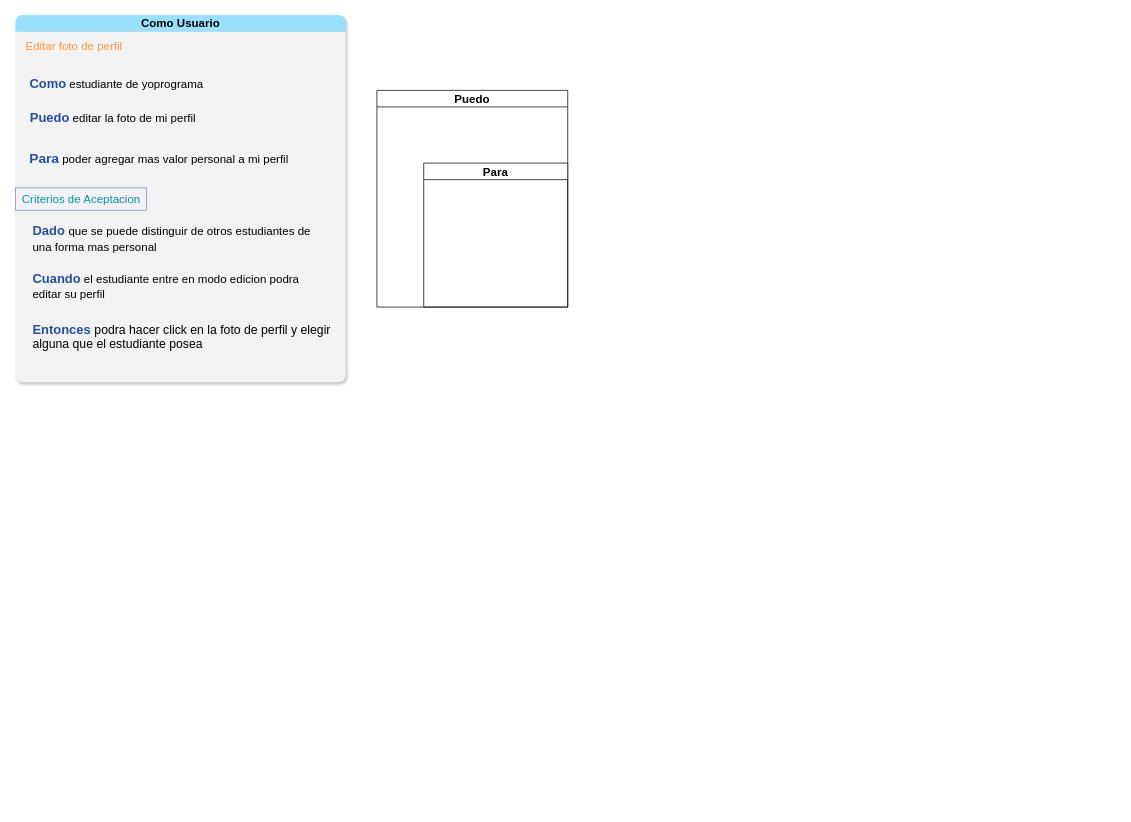
This is Historia de usuario.drawio from GonzaloAdami/YoProgramo2022, a draw.io file, before an edit. Source tidied: cells renumbered, new cells numbered last; positions are measured from the earlier drawing's top-left corner, leaving out a move shared by most shapes. Both pictures are drawn from the tidied source at 72%, with x=0, y=0 at pixel (15, 15).
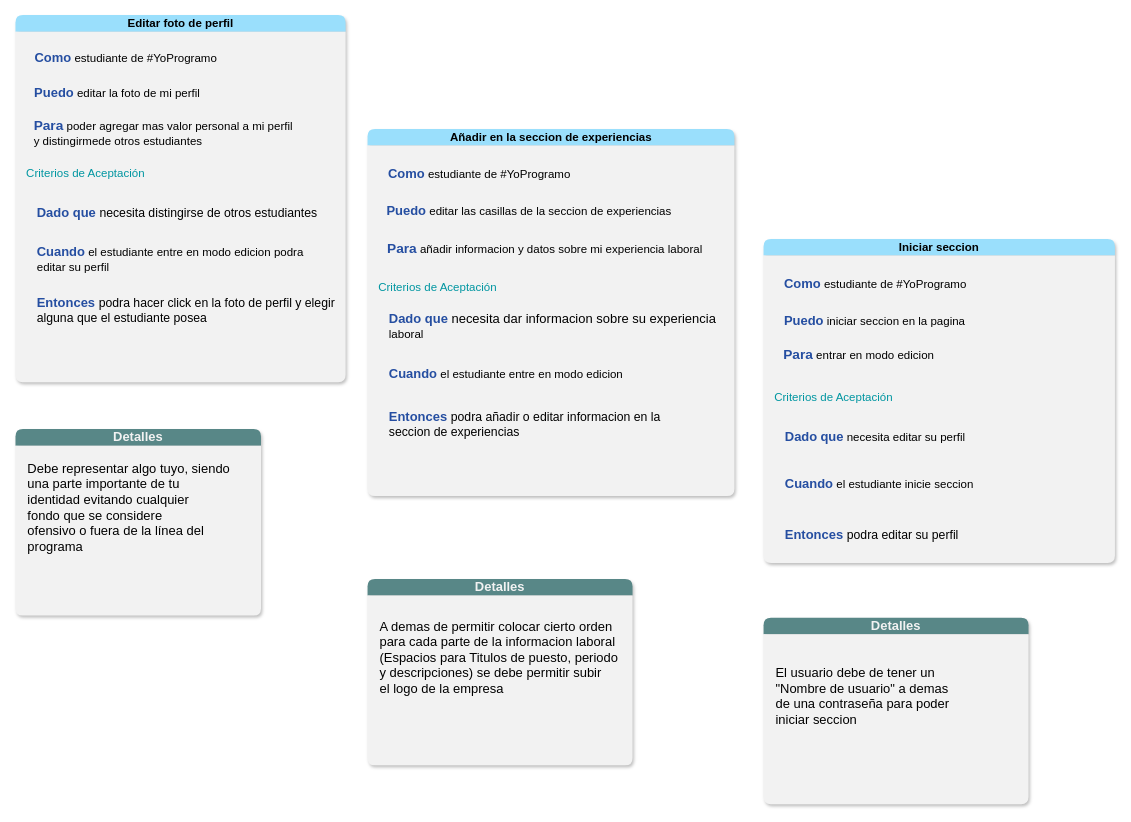
The same page after the edit.

What changed in the source:
```diff
@@
-    <mxCell id="2" value="Como Usuario" style="swimlane;whiteSpace=wrap;html=1;fontSize=16;fillColor=#9ADFFC;strokeColor=none;gradientColor=none;swimlaneFillColor=#F2F2F2;rounded=1;shadow=1;" parent="1" vertex="1">
+    <mxCell id="2" value="Editar foto de perfil" style="swimlane;whiteSpace=wrap;html=1;fontSize=16;fillColor=#9ADFFC;strokeColor=none;gradientColor=none;swimlaneFillColor=#F2F2F2;rounded=1;shadow=1;" parent="1" vertex="1">
       <mxGeometry y="-0.5" width="458.5" height="510" as="geometry" />
     </mxCell>
-    <mxCell id="3" value="&lt;font color=&quot;#254ea1&quot;&gt;&lt;b&gt;&lt;font style=&quot;font-size: 18px;&quot;&gt;Como&lt;/font&gt;&lt;/b&gt; &lt;/font&gt;estudiante de&amp;nbsp;yoprograma&lt;br&gt;" style="text;html=1;align=center;verticalAlign=middle;strokeColor=none;fillColor=none;fontSize=16;" parent="2" vertex="1">
-      <mxGeometry x="8" y="78" width="263" height="34" as="geometry" />
+    <mxCell id="3" value="&lt;font color=&quot;#254ea1&quot;&gt;&lt;b&gt;&lt;font style=&quot;font-size: 18px;&quot;&gt;Como&lt;/font&gt;&lt;/b&gt; &lt;/font&gt;estudiante de #YoProgramo&lt;br&gt;" style="text;html=1;align=center;verticalAlign=middle;strokeColor=none;fillColor=none;fontSize=16;" parent="2" vertex="1">
+      <mxGeometry x="15" y="42.5" width="275" height="34" as="geometry" />
     </mxCell>
     <mxCell id="4" value="&lt;b&gt;&lt;font color=&quot;#254ea1&quot; style=&quot;font-size: 18px;&quot;&gt;Puedo&lt;/font&gt;&lt;/b&gt; editar la foto de&amp;nbsp;mi perfil&lt;br&gt;" style="text;html=1;align=center;verticalAlign=middle;strokeColor=none;fillColor=none;fontSize=16;" parent="2" vertex="1">
-      <mxGeometry x="9" y="126" width="251" height="34" as="geometry" />
+      <mxGeometry x="15" y="91" width="251" height="34" as="geometry" />
     </mxCell>
-    <mxCell id="5" value="&lt;b&gt;&lt;font color=&quot;#254ea1&quot; style=&quot;font-size: 19px;&quot;&gt;Para&lt;/font&gt;&lt;/b&gt; poder agregar mas valor&amp;nbsp;personal a mi perfil&lt;br&gt;" style="text;html=1;align=center;verticalAlign=middle;strokeColor=none;fillColor=none;fontSize=16;" parent="2" vertex="1">
-      <mxGeometry x="9" y="182" width="380" height="35" as="geometry" />
+    <mxCell id="5" value="&lt;b&gt;&lt;font color=&quot;#254ea1&quot; style=&quot;font-size: 19px;&quot;&gt;Para&lt;/font&gt;&lt;/b&gt; poder agregar mas valor&amp;nbsp;personal a mi perfil &lt;br&gt;&lt;div style=&quot;text-align: left;&quot;&gt;&lt;font style=&quot;background-color: initial; vertical-align: inherit;&quot;&gt;y distingirme&lt;/font&gt;&lt;span style=&quot;background-color: initial;&quot;&gt;de otros estudiantes&lt;/span&gt;&lt;/div&gt;" style="text;html=1;align=center;verticalAlign=middle;strokeColor=none;fillColor=none;fontSize=16;" parent="2" vertex="1">
+      <mxGeometry x="15" y="136.5" width="380" height="54" as="geometry" />
     </mxCell>
-    <mxCell id="6" value="&lt;font color=&quot;#ff9645&quot; style=&quot;vertical-align: inherit;&quot;&gt;Editar foto de perfil&lt;/font&gt;" style="text;html=1;align=center;verticalAlign=middle;strokeColor=none;fillColor=none;fontSize=16;" parent="2" vertex="1">
-      <mxGeometry x="4" y="28" width="154" height="31" as="geometry" />
-    </mxCell>
-    <mxCell id="7" value="&lt;font color=&quot;#0096a1&quot; style=&quot;vertical-align: inherit;&quot;&gt;Criterios de Aceptacion&lt;/font&gt;" style="text;html=1;align=center;verticalAlign=middle;strokeColor=#6c8ebf;fillColor=none;fontSize=16;" parent="2" vertex="1">
-      <mxGeometry y="240" width="182" height="31" as="geometry" />
+    <mxCell id="7" value="&lt;font color=&quot;#0096a1&quot; style=&quot;vertical-align: inherit;&quot;&gt;Criterios de Aceptación&lt;/font&gt;" style="text;html=1;align=center;verticalAlign=middle;strokeColor=none;fillColor=none;fontSize=16;" parent="2" vertex="1">
+      <mxGeometry x="6" y="203.5" width="182" height="31" as="geometry" />
     </mxCell>
-    <mxCell id="8" value="&lt;font style=&quot;font-size: 18px;&quot; color=&quot;#254ea1&quot;&gt;&lt;b&gt;Dado &lt;/b&gt;&lt;/font&gt;que se puede distinguir&amp;nbsp;de otros estudiantes de &lt;br&gt;una forma mas personal" style="text;html=1;align=left;verticalAlign=middle;strokeColor=none;fillColor=none;fontSize=16;" parent="2" vertex="1">
-      <mxGeometry x="21.5" y="283" width="411" height="54" as="geometry" />
+    <mxCell id="8" value="&lt;font style=&quot;font-size: 18px;&quot; color=&quot;#254ea1&quot;&gt;&lt;b&gt;Dado&amp;nbsp;&lt;/b&gt;&lt;/font&gt;&lt;font color=&quot;#254ea1&quot; style=&quot;font-size: 18px;&quot;&gt;&lt;b&gt;que&amp;nbsp;&lt;/b&gt;&lt;/font&gt;&lt;span style=&quot;font-size: 17px;&quot;&gt;necesita distingirse de otros estudiantes&lt;/span&gt;" style="text;html=1;align=left;verticalAlign=middle;strokeColor=none;fillColor=none;fontSize=16;" parent="2" vertex="1">
+      <mxGeometry x="27.5" y="256.5" width="413" height="35" as="geometry" />
     </mxCell>
     <mxCell id="9" value="&lt;font style=&quot;font-size: 18px;&quot; color=&quot;#254ea1&quot;&gt;&lt;b style=&quot;&quot;&gt;Cuando&lt;/b&gt;&lt;/font&gt; el estudiante entre en modo edicion podra &lt;br&gt;editar su perfil" style="text;html=1;align=left;verticalAlign=middle;strokeColor=none;fillColor=none;fontSize=16;" parent="2" vertex="1">
-      <mxGeometry x="21.5" y="349" width="393" height="54" as="geometry" />
+      <mxGeometry x="27.5" y="312.5" width="393" height="54" as="geometry" />
     </mxCell>
     <mxCell id="10" value="&lt;font color=&quot;#254ea1&quot; style=&quot;font-size: 18px;&quot;&gt;&lt;b&gt;Entonces &lt;/b&gt;&lt;/font&gt;&lt;span style=&quot;font-size: 17px;&quot;&gt;podra hacer click en la foto de perfil y elegir &lt;/span&gt;&lt;br&gt;&lt;span style=&quot;font-size: 17px;&quot;&gt;alguna que el estudiante posea&amp;nbsp;&lt;/span&gt;" style="text;html=1;align=left;verticalAlign=middle;strokeColor=none;fillColor=none;fontSize=16;" parent="2" vertex="1">
-      <mxGeometry x="21.5" y="419" width="437" height="56" as="geometry" />
+      <mxGeometry x="27.5" y="382.5" width="437" height="56" as="geometry" />
     </mxCell>
-    <mxCell id="11" value="Puedo&lt;br&gt;" style="swimlane;whiteSpace=wrap;html=1;fontSize=16;" parent="1" vertex="1">
-      <mxGeometry x="502" y="104" width="265" height="301" as="geometry" />
-    </mxCell>
-    <mxCell id="12" value="Para&lt;br&gt;" style="swimlane;whiteSpace=wrap;html=1;fontSize=16;" parent="11" vertex="1">
-      <mxGeometry x="65" y="101" width="200" height="200" as="geometry" />
-    </mxCell>
+    <mxCell id="13" value="Añadir en la seccion de experiencias" style="swimlane;whiteSpace=wrap;html=1;fontSize=16;fillColor=#9ADFFC;strokeColor=none;gradientColor=none;swimlaneFillColor=#F2F2F2;rounded=1;shadow=1;" parent="1" vertex="1">
+      <mxGeometry x="489" y="157.5" width="509.5" height="510" as="geometry" />
+    </mxCell>
+    <mxCell id="14" value="&lt;font color=&quot;#254ea1&quot;&gt;&lt;b&gt;&lt;font style=&quot;font-size: 18px;&quot;&gt;Como&lt;/font&gt;&lt;/b&gt; &lt;/font&gt;estudiante de #YoProgramo&lt;br&gt;" style="text;html=1;align=center;verticalAlign=middle;strokeColor=none;fillColor=none;fontSize=16;" parent="13" vertex="1">
+      <mxGeometry x="17.5" y="45" width="275" height="34" as="geometry" />
+    </mxCell>
+    <mxCell id="15" value="&lt;b&gt;&lt;font color=&quot;#254ea1&quot; style=&quot;font-size: 18px;&quot;&gt;Puedo&lt;/font&gt;&lt;/b&gt;&amp;nbsp;editar las casillas de la seccion de experiencias&lt;br&gt;" style="text;html=1;align=center;verticalAlign=middle;strokeColor=none;fillColor=none;fontSize=16;" parent="13" vertex="1">
+      <mxGeometry x="16" y="97" width="416" height="34" as="geometry" />
+    </mxCell>
+    <mxCell id="16" value="&lt;b&gt;&lt;font color=&quot;#254ea1&quot; style=&quot;font-size: 19px;&quot;&gt;Para&lt;/font&gt;&lt;/b&gt;&amp;nbsp;añadir informacion y datos sobre mi experiencia laboral" style="text;html=1;align=center;verticalAlign=middle;strokeColor=none;fillColor=none;fontSize=16;" parent="13" vertex="1">
+      <mxGeometry x="17.5" y="149" width="457" height="35" as="geometry" />
+    </mxCell>
+    <mxCell id="17" value="&lt;font color=&quot;#0096a1&quot; style=&quot;vertical-align: inherit;&quot;&gt;Criterios de Aceptación&lt;/font&gt;" style="text;html=1;align=center;verticalAlign=middle;strokeColor=none;fillColor=none;fontSize=16;" parent="13" vertex="1">
+      <mxGeometry x="6" y="203.5" width="182" height="31" as="geometry" />
+    </mxCell>
+    <mxCell id="18" value="&lt;font style=&quot;vertical-align: inherit; font-size: 18px;&quot;&gt;&lt;font style=&quot;vertical-align: inherit; font-size: 18px;&quot;&gt;&lt;font color=&quot;#254ea1&quot;&gt;&lt;font style=&quot;font-size: 18px;&quot;&gt;&lt;b style=&quot;&quot;&gt;Dado &lt;/b&gt;&lt;/font&gt;&lt;b&gt;que&lt;/b&gt;&lt;/font&gt; necesita dar informacion sobre su experiencia&amp;nbsp;&lt;br&gt;&lt;/font&gt;&lt;/font&gt;laboral&lt;br&gt;" style="text;html=1;align=left;verticalAlign=middle;strokeColor=none;fillColor=none;fontSize=16;" parent="13" vertex="1">
+      <mxGeometry x="27.5" y="246.5" width="482" height="54" as="geometry" />
+    </mxCell>
+    <mxCell id="19" value="&lt;font style=&quot;font-size: 18px;&quot; color=&quot;#254ea1&quot;&gt;&lt;b style=&quot;&quot;&gt;Cuando&lt;/b&gt;&lt;/font&gt; el estudiante entre en modo edicion&amp;nbsp;" style="text;html=1;align=left;verticalAlign=middle;strokeColor=none;fillColor=none;fontSize=16;" parent="13" vertex="1">
+      <mxGeometry x="27.5" y="322.5" width="352" height="35" as="geometry" />
+    </mxCell>
+    <mxCell id="20" value="&lt;font color=&quot;#254ea1&quot; style=&quot;font-size: 18px;&quot;&gt;&lt;b&gt;Entonces &lt;/b&gt;&lt;/font&gt;&lt;span style=&quot;font-size: 17px;&quot;&gt;podra añadir o editar informacion en la&amp;nbsp;&lt;br&gt;seccion de experiencias&lt;br&gt;&lt;/span&gt;" style="text;html=1;align=left;verticalAlign=middle;strokeColor=none;fillColor=none;fontSize=16;" parent="13" vertex="1">
+      <mxGeometry x="27.5" y="382.5" width="404" height="56" as="geometry" />
+    </mxCell>
+    <mxCell id="21" value="Iniciar seccion" style="swimlane;whiteSpace=wrap;html=1;fontSize=16;fillColor=#9ADFFC;strokeColor=none;gradientColor=none;swimlaneFillColor=#F2F2F2;rounded=1;shadow=1;" parent="1" vertex="1">
+      <mxGeometry x="1039" y="310.5" width="488" height="450" as="geometry" />
+    </mxCell>
+    <mxCell id="22" value="&lt;font color=&quot;#254ea1&quot;&gt;&lt;b&gt;&lt;font style=&quot;font-size: 18px;&quot;&gt;Como&lt;/font&gt;&lt;/b&gt; &lt;/font&gt;estudiante de #YoProgramo&lt;br&gt;" style="text;html=1;align=center;verticalAlign=middle;strokeColor=none;fillColor=none;fontSize=16;" parent="21" vertex="1">
+      <mxGeometry x="17.5" y="45" width="275" height="34" as="geometry" />
+    </mxCell>
+    <mxCell id="23" value="&lt;b&gt;&lt;font color=&quot;#254ea1&quot; style=&quot;font-size: 18px;&quot;&gt;Puedo&lt;/font&gt;&lt;/b&gt;&amp;nbsp;iniciar seccion en la pagina&lt;br&gt;" style="text;html=1;align=center;verticalAlign=middle;strokeColor=none;fillColor=none;fontSize=16;" parent="21" vertex="1">
+      <mxGeometry x="17.5" y="97" width="272" height="34" as="geometry" />
+    </mxCell>
+    <mxCell id="24" value="&lt;b&gt;&lt;font color=&quot;#254ea1&quot; style=&quot;font-size: 19px;&quot;&gt;Para&lt;/font&gt;&lt;/b&gt;&amp;nbsp;entrar en modo edicion" style="text;html=1;align=center;verticalAlign=middle;strokeColor=none;fillColor=none;fontSize=16;" parent="21" vertex="1">
+      <mxGeometry x="17.5" y="143" width="229" height="35" as="geometry" />
+    </mxCell>
+    <mxCell id="25" value="&lt;font color=&quot;#0096a1&quot; style=&quot;vertical-align: inherit;&quot;&gt;Criterios de Aceptación&lt;/font&gt;" style="text;html=1;align=center;verticalAlign=middle;strokeColor=none;fillColor=none;fontSize=16;" parent="21" vertex="1">
+      <mxGeometry x="6" y="203.5" width="182" height="31" as="geometry" />
+    </mxCell>
+    <mxCell id="26" value="&lt;font style=&quot;&quot; color=&quot;#254ea1&quot;&gt;&lt;b style=&quot;&quot;&gt;&lt;font style=&quot;font-size: 18px;&quot;&gt;Dado&lt;/font&gt;&lt;/b&gt;&lt;b style=&quot;font-size: 16px;&quot;&gt; &lt;/b&gt;&lt;/font&gt;&lt;b&gt;&lt;font color=&quot;#254ea1&quot; style=&quot;font-size: 18px;&quot;&gt;que&lt;/font&gt;&lt;/b&gt; necesita editar su perfil&lt;br&gt;" style="text;html=1;align=left;verticalAlign=middle;strokeColor=none;fillColor=none;fontSize=16;" parent="21" vertex="1">
+      <mxGeometry x="27.5" y="257.5" width="272" height="34" as="geometry" />
+    </mxCell>
+    <mxCell id="27" value="&lt;font style=&quot;font-size: 18px;&quot; color=&quot;#254ea1&quot;&gt;&lt;b style=&quot;&quot;&gt;Cuando&lt;/b&gt;&lt;/font&gt; el estudiante inicie seccion&amp;nbsp;" style="text;html=1;align=left;verticalAlign=middle;strokeColor=none;fillColor=none;fontSize=16;" parent="21" vertex="1">
+      <mxGeometry x="27.5" y="322.5" width="287" height="35" as="geometry" />
+    </mxCell>
+    <mxCell id="28" value="&lt;font color=&quot;#254ea1&quot; style=&quot;font-size: 18px;&quot;&gt;&lt;b&gt;Entonces &lt;/b&gt;&lt;/font&gt;&lt;span style=&quot;font-size: 17px;&quot;&gt;podra editar su perfil&lt;br&gt;&lt;/span&gt;" style="text;html=1;align=left;verticalAlign=middle;strokeColor=none;fillColor=none;fontSize=16;" parent="21" vertex="1">
+      <mxGeometry x="27.5" y="393.5" width="263" height="35" as="geometry" />
+    </mxCell>
+    <mxCell id="29" value="&lt;font color=&quot;#f2f2f2&quot;&gt;Detalles&lt;/font&gt;" style="swimlane;whiteSpace=wrap;html=1;rounded=1;shadow=1;fontSize=18;fontColor=#254EA1;fillColor=#588787;gradientColor=none;swimlaneFillColor=#F2F2F2;strokeColor=none;" parent="1" vertex="1">
+      <mxGeometry y="574.5" width="341" height="259" as="geometry" />
+    </mxCell>
+    <mxCell id="30" value="&lt;font color=&quot;#000000&quot;&gt;Debe representar algo tuyo, siendo&lt;br&gt;una parte importante de tu&lt;br&gt;identidad evitando cualquier&lt;br&gt;fondo que se considere&lt;br&gt;ofensivo o fuera de la línea del&lt;br&gt;programa&amp;nbsp;&lt;/font&gt;" style="text;html=1;align=left;verticalAlign=middle;strokeColor=none;fillColor=none;fontSize=18;fontColor=#F2F2F2;" parent="29" vertex="1">
+      <mxGeometry x="15" y="38" width="303" height="142" as="geometry" />
+    </mxCell>
+    <mxCell id="31" value="&lt;font color=&quot;#f2f2f2&quot;&gt;Detalles&lt;/font&gt;" style="swimlane;whiteSpace=wrap;html=1;rounded=1;shadow=1;fontSize=18;fontColor=#254EA1;fillColor=#588787;gradientColor=none;swimlaneFillColor=#F2F2F2;strokeColor=none;" parent="1" vertex="1">
+      <mxGeometry x="489" y="782.5" width="368" height="259" as="geometry" />
+    </mxCell>
+    <mxCell id="32" value="&lt;font color=&quot;#000000&quot;&gt;A demas de permitir colocar cierto orden&amp;nbsp;&lt;br&gt;para cada parte de la informacion laboral&lt;br&gt;(Espacios para Titulos de puesto, periodo&lt;br&gt;y descripciones) se debe permitir subir&lt;br&gt;el logo de la empresa&lt;br&gt;&lt;/font&gt;" style="text;html=1;align=left;verticalAlign=middle;strokeColor=none;fillColor=none;fontSize=18;fontColor=#F2F2F2;" parent="31" vertex="1">
+      <mxGeometry x="15" y="49" width="353" height="120" as="geometry" />
+    </mxCell>
+    <mxCell id="33" value="&lt;font color=&quot;#f2f2f2&quot;&gt;Detalles&lt;/font&gt;" style="swimlane;whiteSpace=wrap;html=1;rounded=1;shadow=1;fontSize=18;fontColor=#254EA1;fillColor=#588787;gradientColor=none;swimlaneFillColor=#F2F2F2;strokeColor=none;" parent="1" vertex="1">
+      <mxGeometry x="1039" y="836.5" width="368" height="259" as="geometry" />
+    </mxCell>
+    <mxCell id="34" value="&lt;font color=&quot;#000000&quot;&gt;El usuario debe de tener un &lt;br&gt;&quot;Nombre de usuario&quot; a demas&lt;br&gt;de una contraseña para poder&lt;br&gt;iniciar seccion&lt;br&gt;&lt;/font&gt;" style="text;html=1;align=left;verticalAlign=middle;strokeColor=none;fillColor=none;fontSize=18;fontColor=#F2F2F2;" parent="33" vertex="1">
+      <mxGeometry x="15" y="60" width="261" height="98" as="geometry" />
+    </mxCell>
```
